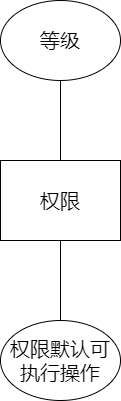
Jater0/Graduation keeps this draw.io diagram as database-er/table.admin-role.drawio.png. Above is the earlier version. Source tidied: cells renumbered, new cells last; positions are measured from the earlier drawing's top-left corner, leaving out a move shared by most shapes.
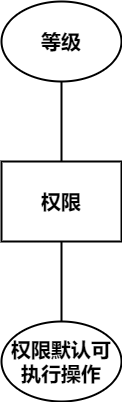
The same file after the commit.

Change to the diagram source:
```diff
@@ -2,19 +2,19 @@
   <root>
     <mxCell id="0" />
     <mxCell id="1" parent="0" />
-    <mxCell id="2" value="权限" style="rounded=0;whiteSpace=wrap;html=1;fontSize=20;" parent="1" vertex="1">
+    <mxCell id="2" value="权限" style="rounded=0;whiteSpace=wrap;html=1;fontSize=20;fontStyle=1;strokeWidth=2;" parent="1" vertex="1">
       <mxGeometry y="160" width="120" height="80" as="geometry" />
     </mxCell>
-    <mxCell id="3" value="等级" style="ellipse;whiteSpace=wrap;html=1;fontSize=20;" parent="1" vertex="1">
+    <mxCell id="3" value="等级" style="ellipse;whiteSpace=wrap;html=1;fontSize=20;fontStyle=1;strokeWidth=2;" parent="1" vertex="1">
       <mxGeometry width="120" height="80" as="geometry" />
     </mxCell>
-    <mxCell id="4" value="权限默认可执行操作" style="ellipse;whiteSpace=wrap;html=1;fontSize=20;" parent="1" vertex="1">
+    <mxCell id="4" value="权限默认可执行操作" style="ellipse;whiteSpace=wrap;html=1;fontSize=20;fontStyle=1;strokeWidth=2;" parent="1" vertex="1">
       <mxGeometry y="320" width="120" height="80" as="geometry" />
     </mxCell>
-    <mxCell id="5" style="endArrow=none;html=1;fontSize=20;entryX=0.5;entryY=1;entryDx=0;entryDy=0;exitX=0.5;exitY=0;exitDx=0;exitDy=0;" parent="1" edge="1" source="2" target="3">
+    <mxCell id="5" style="endArrow=none;html=1;fontSize=20;entryX=0.5;entryY=1;entryDx=0;entryDy=0;exitX=0.5;exitY=0;exitDx=0;exitDy=0;fontStyle=1;strokeWidth=2;" parent="1" edge="1" source="2" target="3">
       <mxGeometry relative="1" as="geometry" />
     </mxCell>
-    <mxCell id="6" style="endArrow=none;html=1;fontSize=20;entryX=0.5;entryY=1;entryDx=0;entryDy=0;exitX=0.5;exitY=0;exitDx=0;exitDy=0;" parent="1" edge="1" source="4" target="2">
+    <mxCell id="6" style="endArrow=none;html=1;fontSize=20;entryX=0.5;entryY=1;entryDx=0;entryDy=0;exitX=0.5;exitY=0;exitDx=0;exitDy=0;fontStyle=1;strokeWidth=2;" parent="1" edge="1" source="4" target="2">
       <mxGeometry relative="1" as="geometry" />
     </mxCell>
   </root>
```
